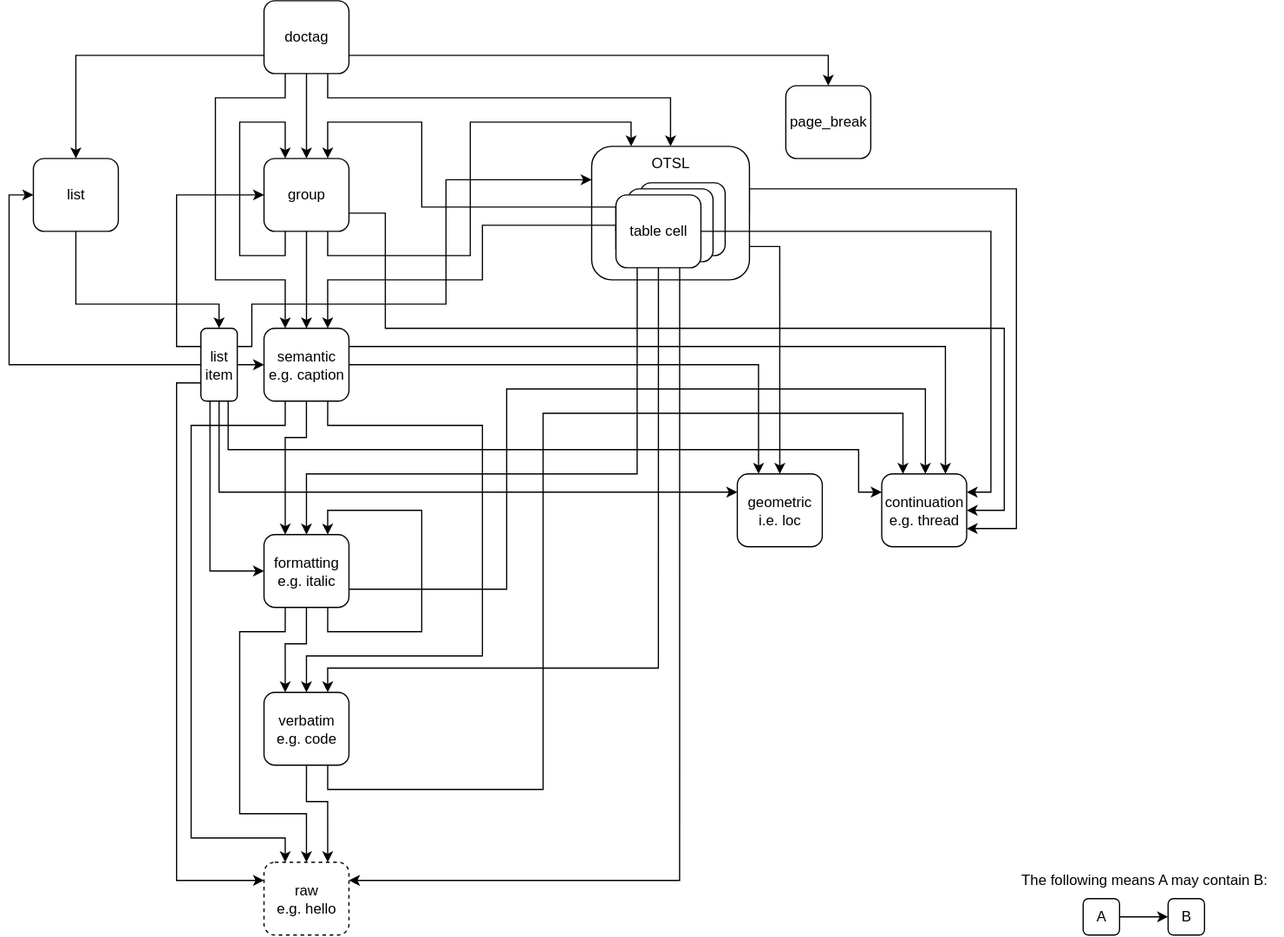
Before: resources/doctags.drawio.svg, a diagram exported from draw.io (pr9000/doclang). Source tidied: cells renumbered, new cells last; positions are measured from the earlier drawing's top-left corner, leaving out a move shared by most shapes.
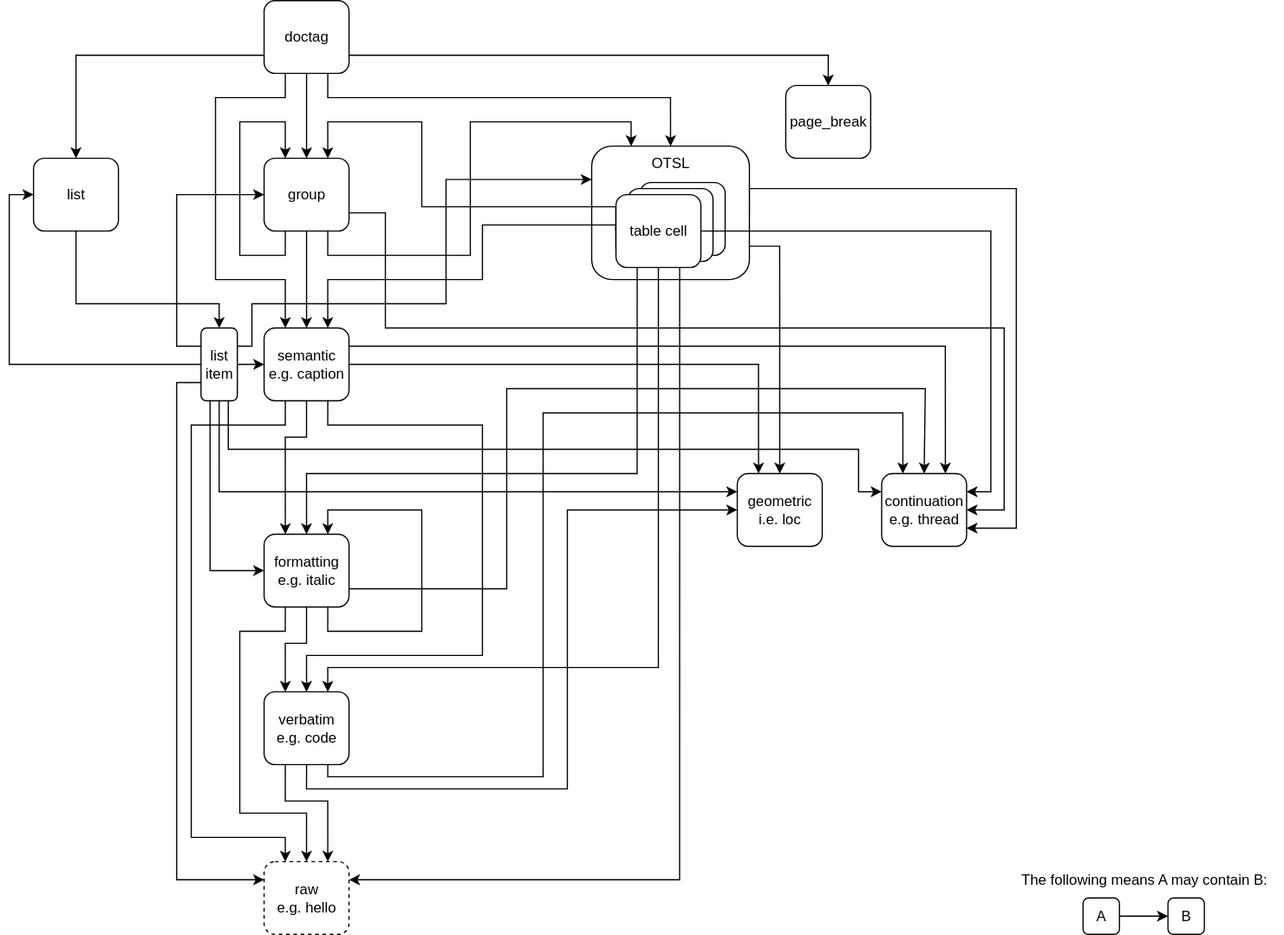
Above is the later version.

Diff of the diagram source:
```diff
@@ -93,10 +93,10 @@
     <mxCell id="16" value="semantic&lt;br&gt;e.g. caption" style="rounded=1;whiteSpace=wrap;html=1;verticalAlign=middle;" parent="1" vertex="1">
       <mxGeometry x="190" y="270" width="70" height="60" as="geometry" />
     </mxCell>
-    <mxCell id="17" style="edgeStyle=orthogonalEdgeStyle;rounded=0;jettySize=auto;html=1;exitX=0.5;exitY=1;exitDx=0;exitDy=0;entryX=0.75;entryY=0;entryDx=0;entryDy=0;" parent="1" edge="1" source="19" target="5">
+    <mxCell id="17" style="edgeStyle=orthogonalEdgeStyle;rounded=0;jettySize=auto;html=1;exitX=0.25;exitY=1;exitDx=0;exitDy=0;entryX=0.75;entryY=0;entryDx=0;entryDy=0;" parent="1" edge="1" source="19" target="5">
       <mxGeometry relative="1" as="geometry">
         <Array as="points">
-          <mxPoint x="225" y="660" />
+          <mxPoint x="208" y="660" />
           <mxPoint x="243" y="660" />
         </Array>
       </mxGeometry>
@@ -104,13 +104,22 @@
     <mxCell id="18" style="edgeStyle=orthogonalEdgeStyle;rounded=0;jettySize=auto;html=1;exitX=0.75;exitY=1;exitDx=0;exitDy=0;entryX=0.25;entryY=0;entryDx=0;entryDy=0;" parent="1" edge="1" source="19" target="41">
       <mxGeometry relative="1" as="geometry">
         <Array as="points">
-          <mxPoint x="243" y="650" />
-          <mxPoint x="420" y="650" />
+          <mxPoint x="243" y="640" />
+          <mxPoint x="420" y="640" />
           <mxPoint x="420" y="340" />
           <mxPoint x="717" y="340" />
         </Array>
       </mxGeometry>
     </mxCell>
+    <mxCell id="58" style="edgeStyle=orthogonalEdgeStyle;rounded=0;jettySize=auto;html=1;exitX=0.5;exitY=1;exitDx=0;exitDy=0;entryX=0;entryY=0.5;entryDx=0;entryDy=0;" parent="1" edge="1" source="19" target="20">
+      <mxGeometry relative="1" as="geometry">
+        <Array as="points">
+          <mxPoint x="225" y="650" />
+          <mxPoint x="440" y="650" />
+          <mxPoint x="440" y="420" />
+        </Array>
+      </mxGeometry>
+    </mxCell>
     <mxCell id="19" value="verbatim&lt;br&gt;e.g. code" style="rounded=1;whiteSpace=wrap;html=1;" parent="1" vertex="1">
       <mxGeometry x="190" y="570" width="70" height="60" as="geometry" />
     </mxCell>
```
